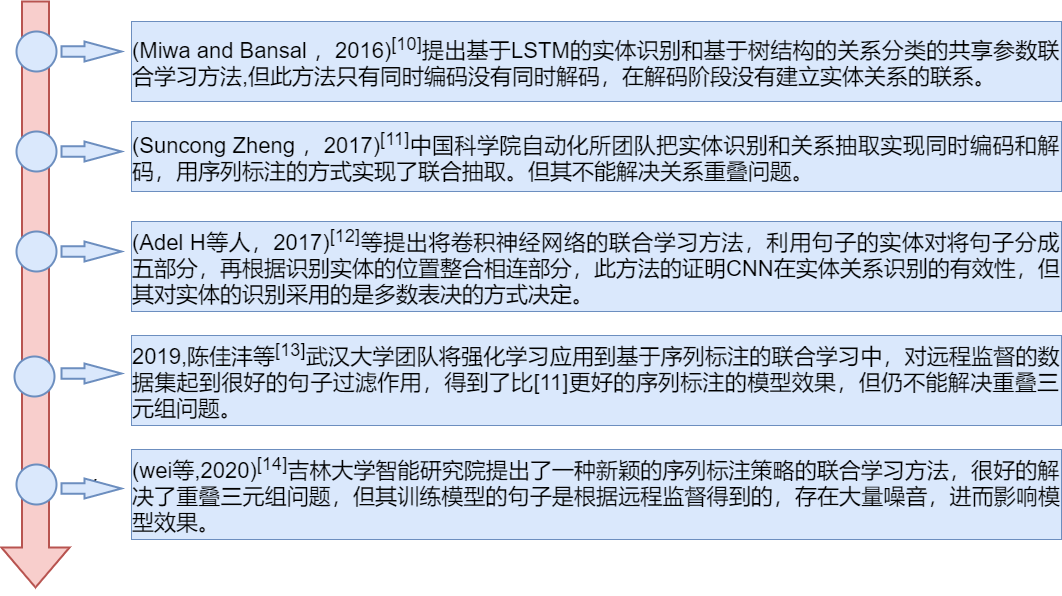
Before: test2.png, a diagram exported from draw.io (bigbigkid/awesome-knowledge-graph). Source tidied: cells renumbered, new cells last; positions are measured from the earlier drawing's top-left corner, leaving out a move shared by most shapes.
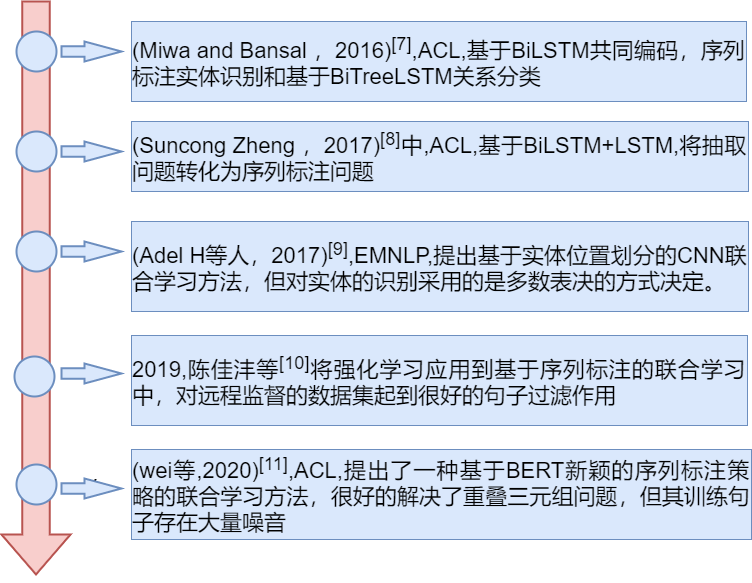
Above is the later version.

The edit, as a diff of the source:
```diff
@@ -3,7 +3,7 @@
     <mxCell id="0" />
     <mxCell id="1" parent="0" />
     <mxCell id="2" style="verticalLabelPosition=bottom;verticalAlign=top;html=1;strokeWidth=2;shape=mxgraph.arrows2.arrow;dy=0.6;dx=40;notch=0;fillColor=#f8cecc;strokeColor=#b85450;direction=south;" parent="1" vertex="1">
-      <mxGeometry width="68" height="586" as="geometry" />
+      <mxGeometry width="69" height="573" as="geometry" />
     </mxCell>
     <mxCell id="3" style="strokeWidth=2;html=1;shape=mxgraph.flowchart.start_2;whiteSpace=wrap;fillColor=#dae8fc;strokeColor=#6c8ebf;" parent="1" vertex="1">
       <mxGeometry x="15" y="130" width="40" height="40" as="geometry" />
@@ -17,8 +17,8 @@
     <mxCell id="6" style="verticalLabelPosition=bottom;verticalAlign=top;html=1;strokeWidth=2;shape=mxgraph.arrows2.arrow;dy=0.47;dx=37;notch=0;fillColor=#dae8fc;strokeColor=#6c8ebf;" parent="1" vertex="1">
       <mxGeometry x="60" y="140" width="60" height="20" as="geometry" />
     </mxCell>
-    <mxCell id="7" value="&lt;div style=&quot;text-align: justify&quot;&gt;&lt;span style=&quot;font-size: 22px&quot;&gt;(Suncong Zheng ，2017)&lt;sup&gt;[11]&lt;/sup&gt;中国科学院自动化所团队把实体识别和关系抽取实现同时编码和解码，用序列标注的方式实现了联合抽取。但其不能解决关系重叠问题。&lt;/span&gt;&lt;br&gt;&lt;/div&gt;" style="whiteSpace=wrap;html=1;fillColor=#dae8fc;strokeColor=#6c8ebf;" parent="1" vertex="1">
-      <mxGeometry x="130" y="120" width="930" height="70" as="geometry" />
+    <mxCell id="7" value="&lt;div style=&quot;text-align: justify&quot;&gt;&lt;span style=&quot;font-size: 22px&quot;&gt;(Suncong Zheng ，2017)&lt;sup&gt;[8]&lt;/sup&gt;中,ACL,基于BiLSTM+LSTM,将抽取问题转化为序列标注问题&lt;/span&gt;&lt;br&gt;&lt;/div&gt;" style="whiteSpace=wrap;html=1;fillColor=#dae8fc;strokeColor=#6c8ebf;" parent="1" vertex="1">
+      <mxGeometry x="130" y="120" width="617" height="70" as="geometry" />
     </mxCell>
     <mxCell id="8" style="edgeStyle=orthogonalEdgeStyle;rounded=0;orthogonalLoop=1;jettySize=auto;html=1;exitX=1;exitY=0.5;exitDx=0;exitDy=0;exitPerimeter=0;" parent="1" edge="1" source="2" target="2">
       <mxGeometry relative="1" as="geometry" />
@@ -26,8 +26,8 @@
     <mxCell id="9" style="verticalLabelPosition=bottom;verticalAlign=top;html=1;strokeWidth=2;shape=mxgraph.arrows2.arrow;dy=0.47;dx=37;notch=0;fillColor=#dae8fc;strokeColor=#6c8ebf;" parent="1" vertex="1">
       <mxGeometry x="60" y="240" width="60" height="20" as="geometry" />
     </mxCell>
-    <mxCell id="10" value="&lt;div style=&quot;text-align: justify&quot;&gt;&lt;div&gt;&lt;font style=&quot;font-size: 22px&quot;&gt;(Adel H等人，2017)&lt;sup&gt;[12]&lt;/sup&gt;等提出将卷积神经网络的联合学习方法，利用句子的实体对将句子分成五部分，再根据识别实体的位置整合相连部分，此方法的证明CNN在实体关系识别的有效性，但其对实体的识别采用的是多数表决的方式决定。&lt;/font&gt;&lt;/div&gt;&lt;/div&gt;" style="whiteSpace=wrap;html=1;fillColor=#dae8fc;strokeColor=#6c8ebf;" parent="1" vertex="1">
-      <mxGeometry x="130" y="220" width="930" height="90" as="geometry" />
+    <mxCell id="10" value="&lt;div style=&quot;text-align: justify&quot;&gt;&lt;div&gt;&lt;font style=&quot;font-size: 22px&quot;&gt;(Adel H等人，2017)&lt;sup&gt;[9]&lt;/sup&gt;,EMNLP,提出基于实体位置划分的CNN联合学习方法，但对实体的识别采用的是多数表决的方式决定。&lt;/font&gt;&lt;/div&gt;&lt;/div&gt;" style="whiteSpace=wrap;html=1;fillColor=#dae8fc;strokeColor=#6c8ebf;" parent="1" vertex="1">
+      <mxGeometry x="130" y="220" width="617" height="90" as="geometry" />
     </mxCell>
     <mxCell id="11" style="strokeWidth=2;html=1;shape=mxgraph.flowchart.start_2;whiteSpace=wrap;fillColor=#dae8fc;strokeColor=#6c8ebf;" parent="1" vertex="1">
       <mxGeometry x="15" y="30" width="40" height="40" as="geometry" />
@@ -35,8 +35,8 @@
     <mxCell id="12" style="verticalLabelPosition=bottom;verticalAlign=top;html=1;strokeWidth=2;shape=mxgraph.arrows2.arrow;dy=0.47;dx=37;notch=0;fillColor=#dae8fc;strokeColor=#6c8ebf;" parent="1" vertex="1">
       <mxGeometry x="60" y="40" width="60" height="20" as="geometry" />
     </mxCell>
-    <mxCell id="13" value="&lt;div style=&quot;text-align: justify ; font-size: 22px&quot;&gt;&lt;div&gt;(Miwa and Bansal ，2016)&lt;sup&gt;[10]&lt;/sup&gt;提出基于LSTM的实体识别和基于树结构的关系分类的共享参数联合学习方法,但此方法只有同时编码没有同时解码，在解码阶段没有建立实体关系的联系。&lt;/div&gt;&lt;/div&gt;" style="whiteSpace=wrap;html=1;fillColor=#dae8fc;strokeColor=#6c8ebf;" parent="1" vertex="1">
-      <mxGeometry x="130" y="20" width="930" height="80" as="geometry" />
+    <mxCell id="13" value="&lt;div style=&quot;text-align: justify ; font-size: 22px&quot;&gt;&lt;div&gt;(Miwa and Bansal ，2016)&lt;sup&gt;[7]&lt;/sup&gt;&lt;span&gt;,ACL,基于BiLSTM共同编码，序列标注实体识别和基于&lt;/span&gt;BiTreeLSTM&lt;span&gt;关系分类&lt;/span&gt;&lt;/div&gt;&lt;/div&gt;" style="whiteSpace=wrap;html=1;fillColor=#dae8fc;strokeColor=#6c8ebf;" parent="1" vertex="1">
+      <mxGeometry x="130" y="20" width="615" height="80" as="geometry" />
     </mxCell>
     <mxCell id="14" style="edgeStyle=orthogonalEdgeStyle;rounded=0;orthogonalLoop=1;jettySize=auto;html=1;exitX=1;exitY=0.5;exitDx=0;exitDy=0;exitPerimeter=0;" parent="1" edge="1" source="2" target="2">
       <mxGeometry relative="1" as="geometry" />
@@ -58,11 +58,11 @@
     <mxCell id="19" style="verticalLabelPosition=bottom;verticalAlign=top;html=1;strokeWidth=2;shape=mxgraph.arrows2.arrow;dy=0.47;dx=37;notch=0;fillColor=#dae8fc;strokeColor=#6c8ebf;" parent="1" vertex="1">
       <mxGeometry x="60" y="477" width="60" height="20" as="geometry" />
     </mxCell>
-    <mxCell id="20" value="&lt;div style=&quot;text-align: justify&quot;&gt;&lt;div&gt;&lt;font style=&quot;font-size: 22px&quot;&gt;2019,陈佳沣等&lt;sup&gt;[13]&lt;/sup&gt;武汉大学团队将强化学习应用到基于序列标注的联合学习中，对远程监督的数据集起到很好的句子过滤作用，得到了比[11]更好的序列标注的模型效果，但仍不能解决重叠三元组问题。&lt;/font&gt;&lt;/div&gt;&lt;/div&gt;" style="whiteSpace=wrap;html=1;fillColor=#dae8fc;strokeColor=#6c8ebf;" parent="1" vertex="1">
-      <mxGeometry x="130" y="334" width="930" height="90" as="geometry" />
+    <mxCell id="20" value="&lt;div style=&quot;text-align: justify&quot;&gt;&lt;div&gt;&lt;font style=&quot;font-size: 22px&quot;&gt;2019,陈佳沣等&lt;sup&gt;[10]&lt;/sup&gt;将强化学习应用到基于序列标注的联合学习中，对远程监督的数据集起到很好的句子过滤作用&lt;/font&gt;&lt;/div&gt;&lt;/div&gt;" style="whiteSpace=wrap;html=1;fillColor=#dae8fc;strokeColor=#6c8ebf;" parent="1" vertex="1">
+      <mxGeometry x="130" y="334" width="616" height="90" as="geometry" />
     </mxCell>
-    <mxCell id="21" value="&lt;div style=&quot;text-align: justify&quot;&gt;&lt;div&gt;&lt;font style=&quot;font-size: 22px&quot;&gt;(wei等,2020)&lt;sup&gt;[14]&lt;/sup&gt;吉林大学智能研究院提出了一种新颖的序列标注策略的联合学习方法，很好的解决了重叠三元组问题，但其训练模型的句子是根据远程监督得到的，存在大量噪音，进而影响模型效果。&lt;/font&gt;&lt;/div&gt;&lt;/div&gt;" style="whiteSpace=wrap;html=1;fillColor=#dae8fc;strokeColor=#6c8ebf;" parent="1" vertex="1">
-      <mxGeometry x="130" y="448" width="930" height="90" as="geometry" />
+    <mxCell id="21" value="&lt;div style=&quot;text-align: justify&quot;&gt;&lt;div&gt;&lt;font style=&quot;font-size: 22px&quot;&gt;(wei等,2020)&lt;sup&gt;[11]&lt;/sup&gt;,ACL,提出了一种基于BERT新颖的序列标注策略的联合学习方法，很好的解决了重叠三元组问题，但其训练句子存在大量噪音&lt;/font&gt;&lt;/div&gt;&lt;/div&gt;" style="whiteSpace=wrap;html=1;fillColor=#dae8fc;strokeColor=#6c8ebf;" parent="1" vertex="1">
+      <mxGeometry x="130" y="448" width="620" height="90" as="geometry" />
     </mxCell>
   </root>
 </mxGraphModel>
```
